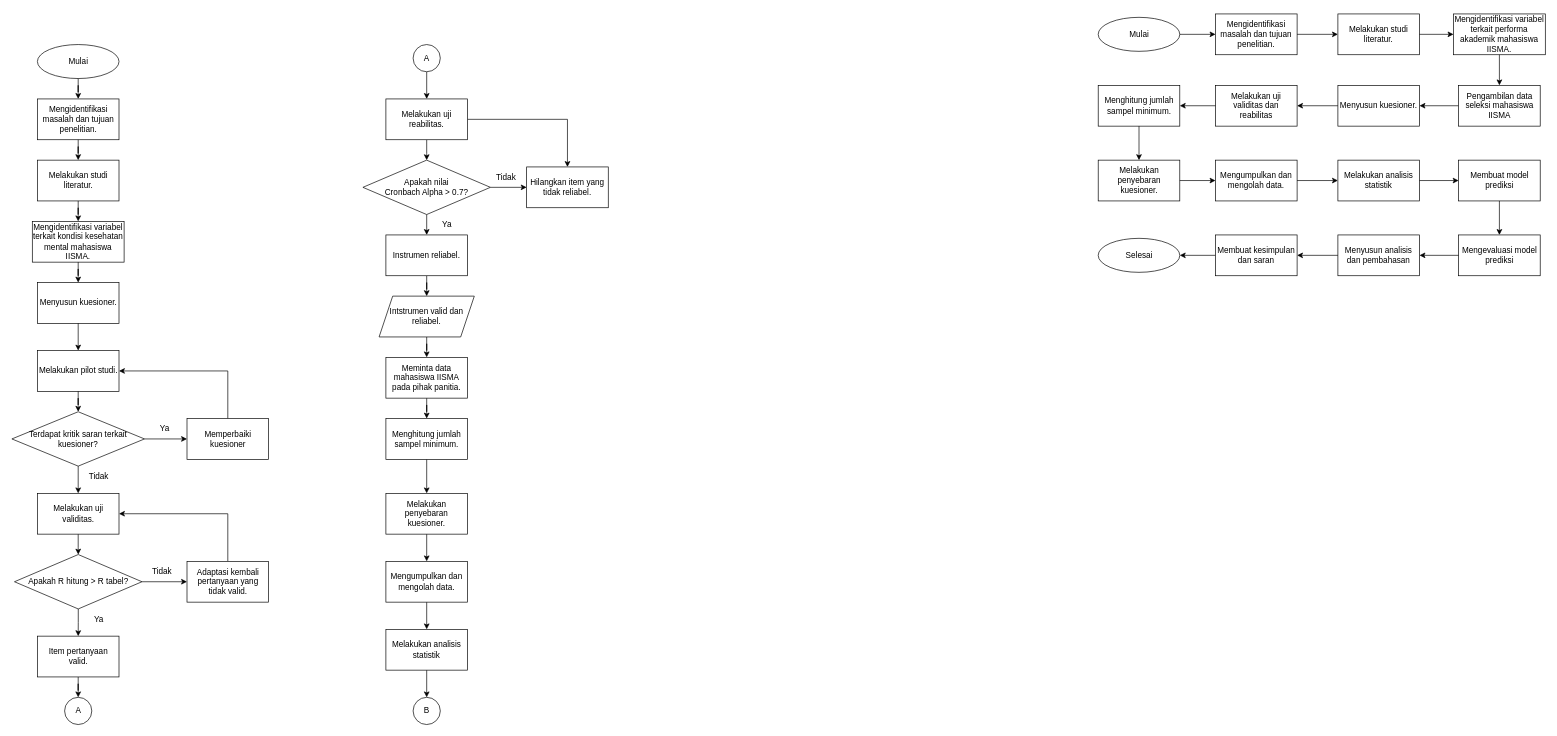
Above: Flowchart Metopen.drawio in rianromad/Image-Storage (draw.io), before the change. Source tidied: cells renumbered, new cells numbered last; positions are measured from the earlier drawing's top-left corner, leaving out a move shared by most shapes. Both pictures are drawn from the tidied source at 68%, with x=0, y=0 at pixel (12, 14).
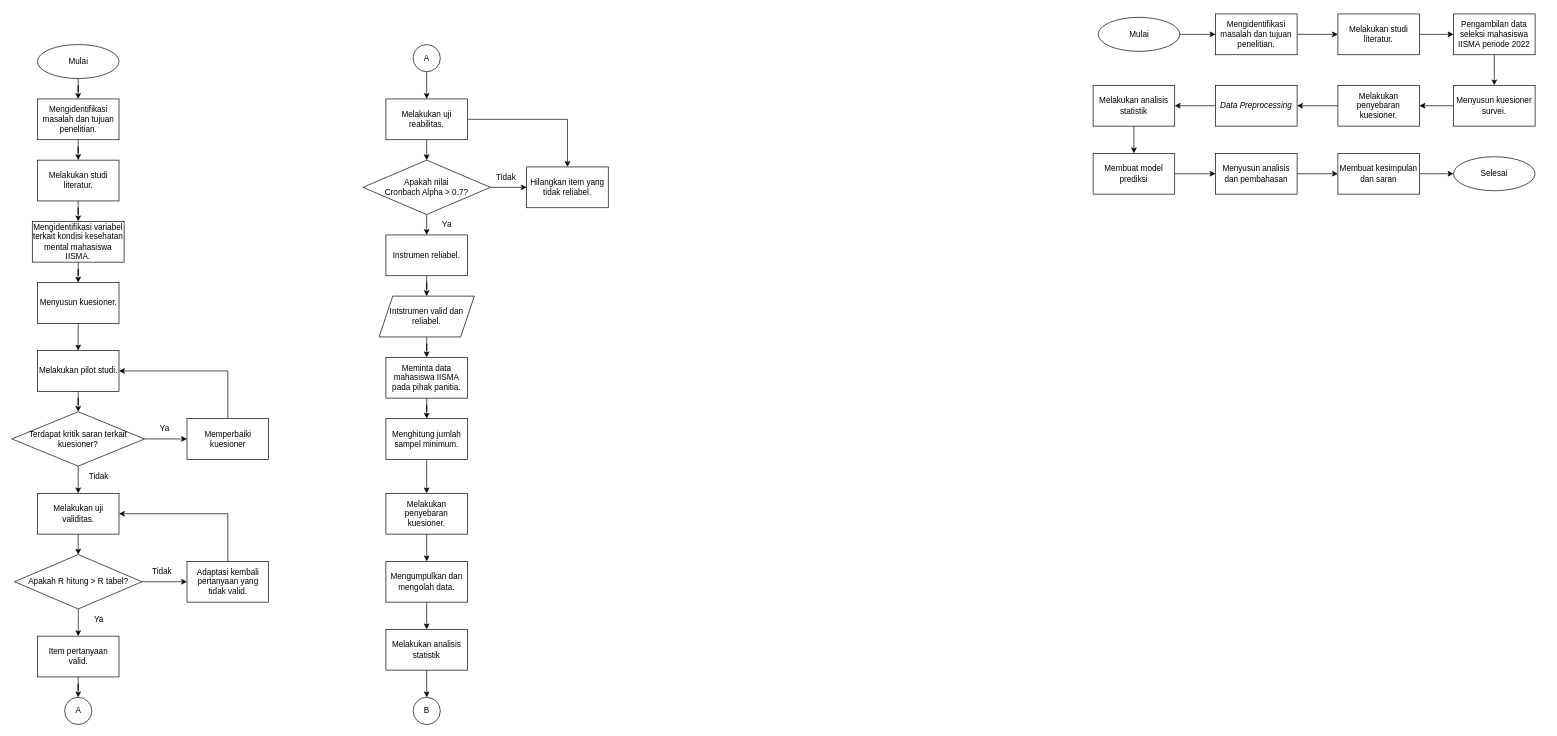
The same diagram, later.

Diff of the diagram source:
```diff
@@
-    <mxCell id="60" style="group;" parent="1" vertex="1">
-      <mxGeometry x="1597.5" width="657.5" height="385" as="geometry" />
-    </mxCell>
+    <mxCell id="92" style="group;" parent="1" vertex="1">
+      <mxGeometry x="1590" width="650" height="265" as="geometry" />
+    </mxCell>
-    <mxCell id="61" value="Selesai" style="ellipse;whiteSpace=wrap;html=1;" parent="60" vertex="1">
-      <mxGeometry y="330" width="120" height="50" as="geometry" />
+    <mxCell id="61" value="Selesai" style="ellipse;whiteSpace=wrap;html=1;" parent="92" vertex="1">
+      <mxGeometry x="530" y="210" width="120" height="50" as="geometry" />
     </mxCell>
-    <mxCell id="62" value="Mulai" style="ellipse;whiteSpace=wrap;html=1;" parent="60" vertex="1">
-      <mxGeometry y="5" width="120" height="50" as="geometry" />
+    <mxCell id="62" value="Mulai" style="ellipse;whiteSpace=wrap;html=1;" parent="92" vertex="1">
+      <mxGeometry x="7.5" y="5" width="120" height="50" as="geometry" />
     </mxCell>
-    <mxCell id="63" value="Mengidentifikasi masalah dan tujuan penelitian." style="rounded=0;whiteSpace=wrap;html=1;" parent="60" vertex="1">
-      <mxGeometry x="172.5" width="120" height="60" as="geometry" />
+    <mxCell id="63" value="Mengidentifikasi masalah dan tujuan penelitian." style="rounded=0;whiteSpace=wrap;html=1;" parent="92" vertex="1">
+      <mxGeometry x="180" width="120" height="60" as="geometry" />
     </mxCell>
-    <mxCell id="64" style="edgeStyle=orthogonalEdgeStyle;rounded=0;jettySize=auto;html=1;entryX=0;entryY=0.5;entryDx=0;entryDy=0;" parent="60" edge="1" source="62" target="63">
+    <mxCell id="64" style="edgeStyle=orthogonalEdgeStyle;rounded=0;jettySize=auto;html=1;entryX=0;entryY=0.5;entryDx=0;entryDy=0;" parent="92" edge="1" source="62" target="63">
       <mxGeometry relative="1" as="geometry" />
     </mxCell>
-    <mxCell id="65" value="Melakukan studi literatur." style="rounded=0;whiteSpace=wrap;html=1;" parent="60" vertex="1">
-      <mxGeometry x="352.5" width="120" height="60" as="geometry" />
+    <mxCell id="65" value="Melakukan studi literatur." style="rounded=0;whiteSpace=wrap;html=1;" parent="92" vertex="1">
+      <mxGeometry x="360" width="120" height="60" as="geometry" />
     </mxCell>
-    <mxCell id="66" style="edgeStyle=orthogonalEdgeStyle;rounded=0;jettySize=auto;html=1;entryX=0;entryY=0.5;entryDx=0;entryDy=0;" parent="60" edge="1" source="63" target="65">
+    <mxCell id="66" style="edgeStyle=orthogonalEdgeStyle;rounded=0;jettySize=auto;html=1;entryX=0;entryY=0.5;entryDx=0;entryDy=0;" parent="92" edge="1" source="63" target="65">
       <mxGeometry relative="1" as="geometry" />
     </mxCell>
-    <mxCell id="67" value="Mengidentifikasi variabel terkait performa akademik mahasiswa IISMA." style="rounded=0;whiteSpace=wrap;html=1;" parent="60" vertex="1">
-      <mxGeometry x="522.5" width="135" height="60" as="geometry" />
+    <mxCell id="67" value="&lt;p&gt;&lt;span&gt;Pengambilan data seleksi mahasiswa IISMA periode 2022&lt;/span&gt;&lt;/p&gt;" style="rounded=0;whiteSpace=wrap;html=1;" parent="92" vertex="1">
+      <mxGeometry x="530" width="120" height="60" as="geometry" />
     </mxCell>
-    <mxCell id="68" style="edgeStyle=orthogonalEdgeStyle;rounded=0;jettySize=auto;html=1;entryX=0;entryY=0.5;entryDx=0;entryDy=0;" parent="60" edge="1" source="65" target="67">
+    <mxCell id="68" style="edgeStyle=orthogonalEdgeStyle;rounded=0;jettySize=auto;html=1;entryX=0;entryY=0.5;entryDx=0;entryDy=0;" parent="92" edge="1" source="65" target="67">
       <mxGeometry relative="1" as="geometry" />
     </mxCell>
-    <mxCell id="69" value="Menyusun kuesioner." style="rounded=0;whiteSpace=wrap;html=1;" parent="60" vertex="1">
-      <mxGeometry x="352.5" y="105" width="120" height="60" as="geometry" />
+    <mxCell id="69" value="Menyusun kuesioner survei." style="rounded=0;whiteSpace=wrap;html=1;" parent="92" vertex="1">
+      <mxGeometry x="530" y="105" width="120" height="60" as="geometry" />
     </mxCell>
-    <mxCell id="70" style="edgeStyle=orthogonalEdgeStyle;rounded=0;jettySize=auto;html=1;entryX=1;entryY=0.5;entryDx=0;entryDy=0;" parent="60" edge="1" source="71" target="69">
-      <mxGeometry relative="1" as="geometry" />
-    </mxCell>
-    <mxCell id="71" value="Pengambilan data seleksi mahasiswa IISMA" style="rounded=0;whiteSpace=wrap;html=1;" parent="60" vertex="1">
-      <mxGeometry x="530" y="105" width="120" height="60" as="geometry" />
-    </mxCell>
-    <mxCell id="72" style="edgeStyle=orthogonalEdgeStyle;rounded=0;jettySize=auto;html=1;entryX=0.5;entryY=0;entryDx=0;entryDy=0;" parent="60" edge="1" source="67" target="71">
-      <mxGeometry relative="1" as="geometry" />
-    </mxCell>
-    <mxCell id="73" value="Melakukan uji validitas dan reabilitas" style="rounded=0;whiteSpace=wrap;html=1;" parent="60" vertex="1">
-      <mxGeometry x="172.5" y="105" width="120" height="60" as="geometry" />
-    </mxCell>
-    <mxCell id="74" style="edgeStyle=orthogonalEdgeStyle;rounded=0;jettySize=auto;html=1;entryX=1;entryY=0.5;entryDx=0;entryDy=0;" parent="60" edge="1" source="69" target="73">
-      <mxGeometry relative="1" as="geometry" />
-    </mxCell>
-    <mxCell id="75" value="Menghitung jumlah sampel minimum." style="rounded=0;whiteSpace=wrap;html=1;" parent="60" vertex="1">
-      <mxGeometry y="105" width="120" height="60" as="geometry" />
-    </mxCell>
-    <mxCell id="76" style="edgeStyle=orthogonalEdgeStyle;rounded=0;jettySize=auto;html=1;entryX=1;entryY=0.5;entryDx=0;entryDy=0;" parent="60" edge="1" source="73" target="75">
-      <mxGeometry relative="1" as="geometry" />
-    </mxCell>
+    <mxCell id="93" style="edgeStyle=orthogonalEdgeStyle;rounded=0;jettySize=auto;html=1;entryX=0.5;entryY=0;entryDx=0;entryDy=0;" parent="92" edge="1" source="67" target="69">
+      <mxGeometry relative="1" as="geometry" />
+    </mxCell>
-    <mxCell id="77" value="Melakukan penyebaran kuesioner." style="rounded=0;whiteSpace=wrap;html=1;" parent="60" vertex="1">
-      <mxGeometry y="215" width="120" height="60" as="geometry" />
+    <mxCell id="77" value="Melakukan penyebaran kuesioner." style="rounded=0;whiteSpace=wrap;html=1;" parent="92" vertex="1">
+      <mxGeometry x="360" y="105" width="120" height="60" as="geometry" />
     </mxCell>
-    <mxCell id="78" style="edgeStyle=orthogonalEdgeStyle;rounded=0;jettySize=auto;html=1;entryX=0.5;entryY=0;entryDx=0;entryDy=0;" parent="60" edge="1" source="75" target="77">
-      <mxGeometry relative="1" as="geometry" />
-    </mxCell>
+    <mxCell id="94" style="edgeStyle=orthogonalEdgeStyle;rounded=0;jettySize=auto;html=1;entryX=1;entryY=0.5;entryDx=0;entryDy=0;" parent="92" edge="1" source="69" target="77">
+      <mxGeometry relative="1" as="geometry" />
+    </mxCell>
-    <mxCell id="79" value="Mengumpulkan dan mengolah data." style="rounded=0;whiteSpace=wrap;html=1;" parent="60" vertex="1">
-      <mxGeometry x="172.5" y="215" width="120" height="60" as="geometry" />
+    <mxCell id="79" value="&lt;i&gt;Data Preprocessing&lt;/i&gt;" style="rounded=0;whiteSpace=wrap;html=1;" parent="92" vertex="1">
+      <mxGeometry x="180" y="105" width="120" height="60" as="geometry" />
     </mxCell>
-    <mxCell id="80" style="edgeStyle=orthogonalEdgeStyle;rounded=0;jettySize=auto;html=1;entryX=0;entryY=0.5;entryDx=0;entryDy=0;" parent="60" edge="1" source="77" target="79">
+    <mxCell id="80" style="edgeStyle=orthogonalEdgeStyle;rounded=0;jettySize=auto;html=1;entryX=1;entryY=0.5;entryDx=0;entryDy=0;" parent="92" edge="1" source="77" target="79">
       <mxGeometry relative="1" as="geometry" />
     </mxCell>
-    <mxCell id="81" value="Melakukan analisis statistik" style="rounded=0;whiteSpace=wrap;html=1;" parent="60" vertex="1">
-      <mxGeometry x="352.5" y="215" width="120" height="60" as="geometry" />
+    <mxCell id="81" value="Melakukan analisis statistik" style="rounded=0;whiteSpace=wrap;html=1;" parent="92" vertex="1">
+      <mxGeometry y="105" width="120" height="60" as="geometry" />
     </mxCell>
-    <mxCell id="82" style="edgeStyle=orthogonalEdgeStyle;rounded=0;jettySize=auto;html=1;entryX=0;entryY=0.5;entryDx=0;entryDy=0;" parent="60" edge="1" source="79" target="81">
+    <mxCell id="82" style="edgeStyle=orthogonalEdgeStyle;rounded=0;jettySize=auto;html=1;entryX=1;entryY=0.5;entryDx=0;entryDy=0;" parent="92" edge="1" source="79" target="81">
       <mxGeometry relative="1" as="geometry" />
     </mxCell>
-    <mxCell id="83" value="Membuat model prediksi" style="rounded=0;whiteSpace=wrap;html=1;" parent="60" vertex="1">
-      <mxGeometry x="530" y="215" width="120" height="60" as="geometry" />
+    <mxCell id="83" value="Membuat model prediksi" style="rounded=0;whiteSpace=wrap;html=1;" parent="92" vertex="1">
+      <mxGeometry y="205" width="120" height="60" as="geometry" />
     </mxCell>
-    <mxCell id="84" style="edgeStyle=orthogonalEdgeStyle;rounded=0;jettySize=auto;html=1;entryX=0;entryY=0.5;entryDx=0;entryDy=0;" parent="60" edge="1" source="81" target="83">
+    <mxCell id="84" style="edgeStyle=orthogonalEdgeStyle;rounded=0;jettySize=auto;html=1;entryX=0.5;entryY=0;entryDx=0;entryDy=0;" parent="92" edge="1" source="81" target="83">
       <mxGeometry relative="1" as="geometry" />
     </mxCell>
-    <mxCell id="85" value="Mengevaluasi model prediksi" style="rounded=0;whiteSpace=wrap;html=1;" parent="60" vertex="1">
-      <mxGeometry x="530" y="325" width="120" height="60" as="geometry" />
-    </mxCell>
-    <mxCell id="86" style="edgeStyle=orthogonalEdgeStyle;rounded=0;jettySize=auto;html=1;entryX=0.5;entryY=0;entryDx=0;entryDy=0;" parent="60" edge="1" source="83" target="85">
-      <mxGeometry relative="1" as="geometry" />
-    </mxCell>
-    <mxCell id="87" value="Menyusun analisis dan pembahasan" style="rounded=0;whiteSpace=wrap;html=1;" parent="60" vertex="1">
-      <mxGeometry x="352.5" y="325" width="120" height="60" as="geometry" />
+    <mxCell id="87" value="Menyusun analisis dan pembahasan" style="rounded=0;whiteSpace=wrap;html=1;" parent="92" vertex="1">
+      <mxGeometry x="180" y="205" width="120" height="60" as="geometry" />
     </mxCell>
-    <mxCell id="88" style="edgeStyle=orthogonalEdgeStyle;rounded=0;jettySize=auto;html=1;entryX=1;entryY=0.5;entryDx=0;entryDy=0;" parent="60" edge="1" source="85" target="87">
-      <mxGeometry relative="1" as="geometry" />
-    </mxCell>
+    <mxCell id="95" style="edgeStyle=orthogonalEdgeStyle;rounded=0;jettySize=auto;html=1;entryX=0;entryY=0.5;entryDx=0;entryDy=0;" parent="92" edge="1" source="83" target="87">
+      <mxGeometry relative="1" as="geometry" />
+    </mxCell>
-    <mxCell id="89" style="edgeStyle=orthogonalEdgeStyle;rounded=0;jettySize=auto;html=1;entryX=1;entryY=0.5;entryDx=0;entryDy=0;" parent="60" edge="1" source="90" target="61">
+    <mxCell id="89" style="edgeStyle=orthogonalEdgeStyle;rounded=0;jettySize=auto;html=1;" parent="92" edge="1" source="90" target="61">
       <mxGeometry relative="1" as="geometry" />
     </mxCell>
-    <mxCell id="90" value="Membuat kesimpulan dan saran" style="rounded=0;whiteSpace=wrap;html=1;" parent="60" vertex="1">
-      <mxGeometry x="172.5" y="325" width="120" height="60" as="geometry" />
+    <mxCell id="90" value="Membuat kesimpulan dan saran" style="rounded=0;whiteSpace=wrap;html=1;" parent="92" vertex="1">
+      <mxGeometry x="360" y="205" width="120" height="60" as="geometry" />
     </mxCell>
-    <mxCell id="91" style="edgeStyle=orthogonalEdgeStyle;rounded=0;jettySize=auto;html=1;entryX=1;entryY=0.5;entryDx=0;entryDy=0;" parent="60" edge="1" source="87" target="90">
+    <mxCell id="91" style="edgeStyle=orthogonalEdgeStyle;rounded=0;jettySize=auto;html=1;" parent="92" edge="1" source="87" target="90">
       <mxGeometry relative="1" as="geometry" />
     </mxCell>
```
